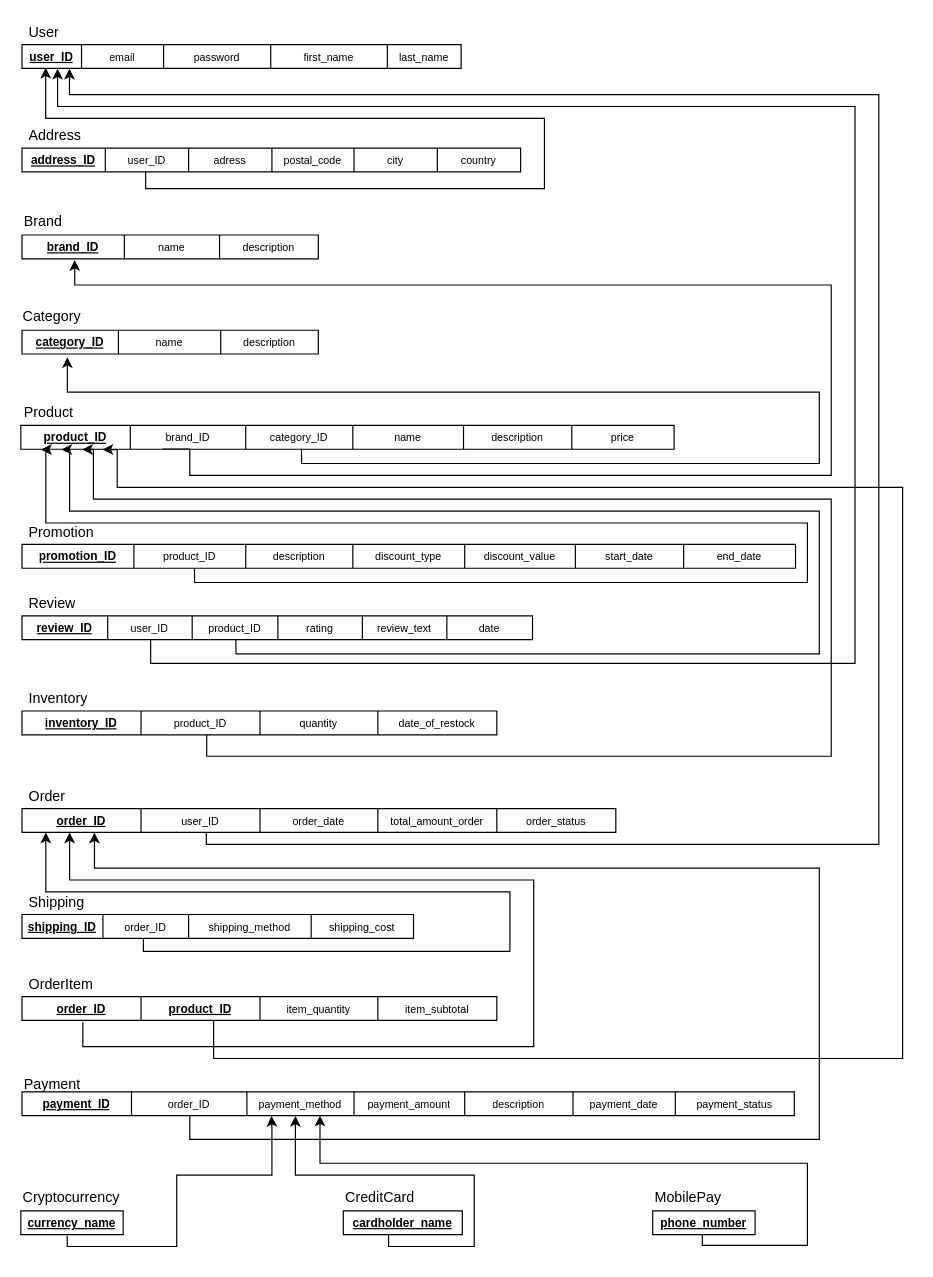
The draw.io diagram page "Relational schema" (6 of 8) of database-models/ER_models_final.drawio in emilkle/electromart-ecom-website, before the edit. Source tidied: cells renumbered, new cells numbered last; positions are measured from the earlier drawing's top-left corner, leaving out a move shared by most shapes. Both pictures are drawn from the tidied source at 119%, with x=0, y=0 at pixel (20, 20).
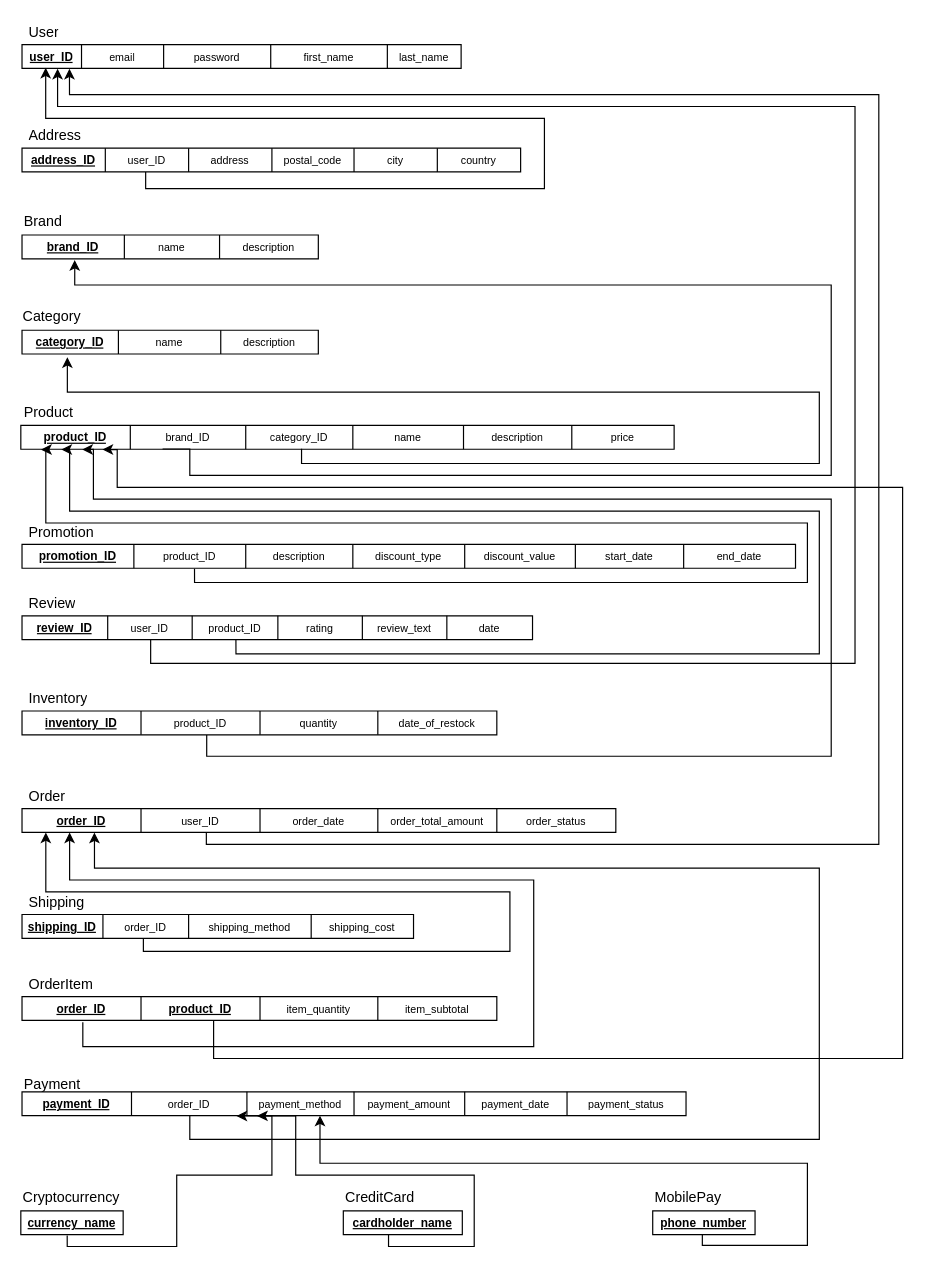
After the change.

The change refers to these unchanged cells:
```xml
<mxCell id="44" style="shape=tableRow;horizontal=0;startSize=0;swimlaneHead=0;swimlaneBody=0;top=0;left=0;bottom=0;right=0;fillColor=none;points=[[0,0.5],[1,0.5]];portConstraint=eastwest;" parent="43" vertex="1">
  <mxGeometry width="419" height="20" as="geometry" />
</mxCell>
<mxCell id="92" style="shape=tableRow;horizontal=0;startSize=0;swimlaneHead=0;swimlaneBody=0;top=0;left=0;bottom=0;right=0;fillColor=none;points=[[0,0.5],[1,0.5]];portConstraint=eastwest;" parent="91" vertex="1">
  <mxGeometry width="499" height="20" as="geometry" />
</mxCell>
```

What changed in the source:
```diff
@@
-    <mxCell id="47" value="&lt;font style=&quot;font-size: 9px;&quot;&gt;adress&lt;/font&gt;" style="shape=partialRectangle;html=1;whiteSpace=wrap;fillColor=none;top=0;left=0;bottom=0;right=0;overflow=hidden;" parent="44" vertex="1">
+    <mxCell id="47" value="&lt;font style=&quot;font-size: 9px;&quot;&gt;address&lt;/font&gt;" style="shape=partialRectangle;html=1;whiteSpace=wrap;fillColor=none;top=0;left=0;bottom=0;right=0;overflow=hidden;" parent="44" vertex="1">
       <mxGeometry x="140" width="70" height="20" as="geometry" />
     </mxCell>
@@
     <mxCell id="75" style="shape=table;html=1;whiteSpace=wrap;startSize=0;childLayout=tableLayout;" parent="1" vertex="1">
-      <mxGeometry x="1" y="900" width="649" height="20" as="geometry" />
+      <mxGeometry x="1" y="900" width="558" height="20" as="geometry" />
     </mxCell>
     <mxCell id="76" style="shape=tableRow;horizontal=0;startSize=0;swimlaneHead=0;swimlaneBody=0;top=0;left=0;bottom=0;right=0;fillColor=none;points=[[0,0.5],[1,0.5]];portConstraint=eastwest;" parent="75" vertex="1">
-      <mxGeometry width="649" height="20" as="geometry" />
+      <mxGeometry width="558" height="20" as="geometry" />
     </mxCell>
@@
-    <mxCell id="81" value="&lt;font style=&quot;font-size: 9px;&quot;&gt;description&lt;/font&gt;" style="shape=partialRectangle;html=1;whiteSpace=wrap;fillColor=none;top=0;left=0;bottom=0;right=0;overflow=hidden;" parent="76" vertex="1">
-      <mxGeometry x="372" width="91" height="20" as="geometry" />
-    </mxCell>
     <mxCell id="82" value="&lt;font style=&quot;font-size: 9px;&quot;&gt;payment_date&lt;/font&gt;" style="shape=partialRectangle;html=1;whiteSpace=wrap;fillColor=none;top=0;left=0;bottom=0;right=0;overflow=hidden;" parent="76" vertex="1">
-      <mxGeometry x="463" width="86" height="20" as="geometry" />
+      <mxGeometry x="372" width="86" height="20" as="geometry" />
     </mxCell>
     <mxCell id="83" value="&lt;font style=&quot;font-size: 9px;&quot;&gt;payment_status&lt;/font&gt;" style="shape=partialRectangle;html=1;whiteSpace=wrap;fillColor=none;top=0;left=0;bottom=0;right=0;overflow=hidden;" parent="76" vertex="1">
-      <mxGeometry x="549" width="100" height="20" as="geometry" />
+      <mxGeometry x="458" width="100" height="20" as="geometry" />
     </mxCell>
@@
-    <mxCell id="96" value="&lt;font style=&quot;font-size: 9px;&quot;&gt;total_amount_order&lt;/font&gt;" style="shape=partialRectangle;html=1;whiteSpace=wrap;fillColor=none;top=0;left=0;bottom=0;right=0;overflow=hidden;" parent="92" vertex="1">
+    <mxCell id="96" value="&lt;font style=&quot;font-size: 9px;&quot;&gt;order_total_amount&lt;/font&gt;" style="shape=partialRectangle;html=1;whiteSpace=wrap;fillColor=none;top=0;left=0;bottom=0;right=0;overflow=hidden;" parent="92" vertex="1">
       <mxGeometry x="299" width="100" height="20" as="geometry" />
     </mxCell>
```
